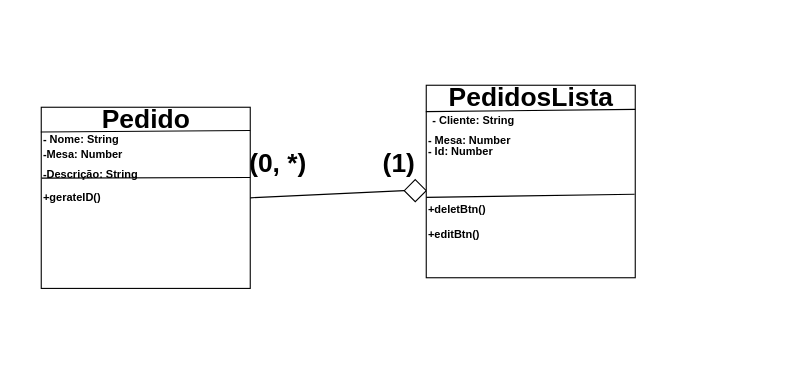
Before: diagram.drawio in GuiLimaSeila/Lista_de_Pedidos, a draw.io diagram. Source tidied: cells renumbered, new cells numbered last; positions are measured from the earlier drawing's top-left corner, leaving out a move shared by most shapes. Both pictures are drawn from the tidied source at 110%, with x=0, y=0 at pixel (19, 19).
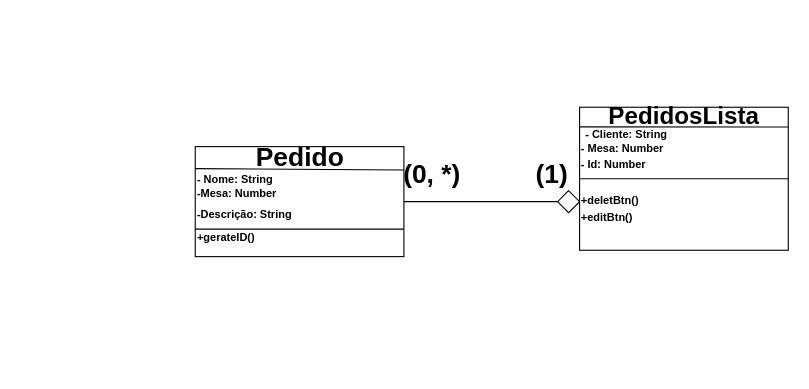
After the change.

What changed in the source:
```diff
@@
     <mxCell id="2" style="group;" parent="1" vertex="1">
-      <mxGeometry width="560" height="320" as="geometry" />
+      <mxGeometry width="699" height="320" as="geometry" />
     </mxCell>
+    <mxCell id="28" style="group;" parent="2" vertex="1">
+      <mxGeometry x="160" y="80" width="539" height="180" as="geometry" />
+    </mxCell>
-    <mxCell id="3" style="group;" parent="2" vertex="1">
-      <mxGeometry x="20" y="80" width="190" height="170" as="geometry" />
+    <mxCell id="3" style="group;" parent="28" vertex="1">
+      <mxGeometry y="10" width="189.7" height="170" as="geometry" />
     </mxCell>
     <mxCell id="4" style="whiteSpace=wrap;html=1;" parent="3" vertex="1">
-      <mxGeometry width="190" height="164.7" as="geometry" />
+      <mxGeometry y="25.8" width="189.7" height="100" as="geometry" />
     </mxCell>
-    <mxCell id="5" style="endArrow=none;html=1;exitX=-0.002;exitY=0.137;exitDx=0;exitDy=0;exitPerimeter=0;" parent="3" edge="1" source="4">
+    <mxCell id="5" style="endArrow=none;html=1;" parent="3" edge="1">
       <mxGeometry relative="1" as="geometry">
-        <mxPoint x="190" y="21.2" as="targetPoint" />
+        <mxPoint y="45.8" as="sourcePoint" />
+        <mxPoint x="189.7" y="47" as="targetPoint" />
       </mxGeometry>
     </mxCell>
     <mxCell id="6" value="Pedido" style="text;strokeColor=none;fillColor=none;html=1;fontSize=24;fontStyle=1;verticalAlign=middle;align=center;" parent="3" vertex="1">
-      <mxGeometry x="45" width="100" height="21.2" as="geometry" />
+      <mxGeometry x="44.9" y="25.8" width="99.8" height="21.2" as="geometry" />
     </mxCell>
     <mxCell id="7" value="- Nome: String" style="text;strokeColor=none;fillColor=none;html=1;fontSize=10;fontStyle=1;verticalAlign=middle;align=left;" parent="3" vertex="1">
-      <mxGeometry y="18.1" width="80" height="21.2" as="geometry" />
+      <mxGeometry y="43.9" width="79.9" height="21.2" as="geometry" />
     </mxCell>
     <mxCell id="8" value="-Mesa: Number" style="text;strokeColor=none;fillColor=none;html=1;fontSize=10;fontStyle=1;verticalAlign=middle;align=left;" parent="3" vertex="1">
-      <mxGeometry y="31.9" width="80" height="21.2" as="geometry" />
+      <mxGeometry y="57.7" width="79.9" height="21.2" as="geometry" />
     </mxCell>
-    <mxCell id="9" style="endArrow=none;html=1;fontSize=10;exitX=0.002;exitY=0.391;exitDx=0;exitDy=0;exitPerimeter=0;" parent="3" edge="1" source="4">
+    <mxCell id="9" style="endArrow=none;html=1;fontSize=10;entryX=1;entryY=0.75;entryDx=0;entryDy=0;startSize=0;endSize=0;" parent="3" edge="1" target="4">
       <mxGeometry relative="1" as="geometry">
-        <mxPoint x="190" y="63.8" as="targetPoint" />
+        <mxPoint y="100.8" as="sourcePoint" />
       </mxGeometry>
     </mxCell>
     <mxCell id="10" value="+gerateID()" style="text;strokeColor=none;fillColor=none;html=1;fontSize=10;fontStyle=1;verticalAlign=middle;align=left;" parent="3" vertex="1">
-      <mxGeometry y="71.7" width="80" height="21.2" as="geometry" />
+      <mxGeometry y="97.5" width="79.9" height="21.2" as="geometry" />
     </mxCell>
     <mxCell id="11" value="-Descrição: String" style="text;strokeColor=none;fillColor=none;html=1;fontSize=10;fontStyle=1;verticalAlign=middle;align=left;" parent="3" vertex="1">
-      <mxGeometry y="50.5" width="80" height="21.2" as="geometry" />
+      <mxGeometry y="76.3" width="79.9" height="21.2" as="geometry" />
     </mxCell>
-    <mxCell id="12" style="endArrow=none;html=1;fontSize=10;exitX=1;exitY=0.5;exitDx=0;exitDy=0;entryX=0;entryY=0.5;entryDx=0;entryDy=0;" parent="2" edge="1" source="4" target="13">
+    <mxCell id="12" style="endArrow=none;html=1;fontSize=10;exitX=1;exitY=0.5;exitDx=0;exitDy=0;entryX=0;entryY=0.5;entryDx=0;entryDy=0;" parent="28" edge="1" source="4" target="13">
       <mxGeometry relative="1" as="geometry" />
     </mxCell>
-    <mxCell id="13" style="rhombus;whiteSpace=wrap;html=1;fontSize=10;" parent="2" vertex="1">
-      <mxGeometry x="350" y="145.8" width="20" height="20" as="geometry" />
+    <mxCell id="13" style="rhombus;whiteSpace=wrap;html=1;fontSize=10;" parent="28" vertex="1">
+      <mxGeometry x="329.4" y="75.8" width="20" height="20" as="geometry" />
     </mxCell>
-    <mxCell id="14" value="(0, *)" style="text;strokeColor=none;fillColor=none;html=1;fontSize=24;fontStyle=1;verticalAlign=middle;align=center;" parent="2" vertex="1">
-      <mxGeometry x="210" y="115.8" width="50" height="30" as="geometry" />
+    <mxCell id="14" value="(0, *)" style="text;strokeColor=none;fillColor=none;html=1;fontSize=24;fontStyle=1;verticalAlign=middle;align=center;" parent="28" vertex="1">
+      <mxGeometry x="189.7" y="45.8" width="49.9" height="30" as="geometry" />
     </mxCell>
-    <mxCell id="15" value="(1)" style="text;strokeColor=none;fillColor=none;html=1;fontSize=24;fontStyle=1;verticalAlign=middle;align=center;" parent="2" vertex="1">
-      <mxGeometry x="320" y="115.8" width="50" height="30" as="geometry" />
+    <mxCell id="15" value="(1)" style="text;strokeColor=none;fillColor=none;html=1;fontSize=24;fontStyle=1;verticalAlign=middle;align=center;" parent="28" vertex="1">
+      <mxGeometry x="299.5" y="45.8" width="49.9" height="30" as="geometry" />
     </mxCell>
-    <mxCell id="16" style="group;" parent="2" vertex="1">
-      <mxGeometry x="370" y="60" width="190" height="175" as="geometry" />
+    <mxCell id="16" style="group;" parent="28" vertex="1">
+      <mxGeometry x="349.4" width="189.7" height="130" as="geometry" />
     </mxCell>
     <mxCell id="17" style="endArrow=none;html=1;fontSize=10;exitX=1;exitY=0.5;exitDx=0;exitDy=0;entryX=0;entryY=0.5;entryDx=0;entryDy=0;startArrow=none;" parent="16" edge="1" source="13">
       <mxGeometry relative="1" as="geometry">
-        <mxPoint y="95.8" as="targetPoint" />
+        <mxPoint y="71.2" as="targetPoint" />
       </mxGeometry>
     </mxCell>
     <mxCell id="18" style="group;" parent="16" vertex="1">
-      <mxGeometry width="190" height="175" as="geometry" />
+      <mxGeometry width="189.7" height="130" as="geometry" />
     </mxCell>
     <mxCell id="19" style="whiteSpace=wrap;html=1;" parent="18" vertex="1">
-      <mxGeometry width="190" height="175" as="geometry" />
+      <mxGeometry width="189.7" height="130" as="geometry" />
     </mxCell>
     <mxCell id="20" style="endArrow=none;html=1;exitX=-0.002;exitY=0.137;exitDx=0;exitDy=0;exitPerimeter=0;" parent="18" edge="1" source="19">
       <mxGeometry relative="1" as="geometry">
-        <mxPoint x="190" y="21.9" as="targetPoint" />
+        <mxPoint x="189.7" y="18" as="targetPoint" />
       </mxGeometry>
     </mxCell>
-    <mxCell id="21" value="PedidosLista" style="text;strokeColor=none;fillColor=none;html=1;fontSize=24;fontStyle=1;verticalAlign=middle;align=center;" parent="18" vertex="1">
-      <mxGeometry x="45" width="100" height="21.9" as="geometry" />
+    <mxCell id="21" value="&lt;font style=&quot;font-size: 22px;&quot;&gt;PedidosLista&lt;/font&gt;" style="text;strokeColor=none;fillColor=none;html=1;fontSize=24;fontStyle=1;verticalAlign=middle;align=center;" parent="18" vertex="1">
+      <mxGeometry x="44.9" width="99.8" height="16.3" as="geometry" />
     </mxCell>
     <mxCell id="22" value="+deletBtn()" style="text;strokeColor=none;fillColor=none;html=1;fontSize=10;fontStyle=1;verticalAlign=middle;align=left;" parent="18" vertex="1">
-      <mxGeometry y="101.9" width="80" height="21.9" as="geometry" />
+      <mxGeometry y="75.7" width="79.9" height="16.3" as="geometry" />
     </mxCell>
     <mxCell id="23" value="+editBtn()" style="text;strokeColor=none;fillColor=none;html=1;fontSize=10;fontStyle=1;verticalAlign=middle;align=left;" parent="18" vertex="1">
-      <mxGeometry y="123.8" width="80" height="21.9" as="geometry" />
+      <mxGeometry y="91.9" width="79.9" height="16.3" as="geometry" />
     </mxCell>
     <mxCell id="24" value="- Cliente: String" style="text;strokeColor=none;fillColor=none;html=1;fontSize=10;fontStyle=1;verticalAlign=middle;align=left;" parent="18" vertex="1">
-      <mxGeometry x="4" y="21.9" width="80" height="20" as="geometry" />
+      <mxGeometry x="4" y="16.3" width="79.9" height="14.9" as="geometry" />
     </mxCell>
     <mxCell id="25" value="- Mesa: Number" style="text;strokeColor=none;fillColor=none;html=1;fontSize=10;fontStyle=1;verticalAlign=middle;align=left;" parent="18" vertex="1">
-      <mxGeometry y="40" width="80" height="20" as="geometry" />
+      <mxGeometry y="29.7" width="79.9" height="14.9" as="geometry" />
     </mxCell>
     <mxCell id="26" value="- Id: Number" style="text;strokeColor=none;fillColor=none;html=1;fontSize=10;fontStyle=1;verticalAlign=middle;align=left;" parent="18" vertex="1">
-      <mxGeometry y="50" width="80" height="20" as="geometry" />
+      <mxGeometry y="44.6" width="79.9" height="14.9" as="geometry" />
     </mxCell>
-    <mxCell id="27" style="endArrow=none;html=1;fontSize=10;exitX=0;exitY=0;exitDx=0;exitDy=0;entryX=0.997;entryY=0.566;entryDx=0;entryDy=0;entryPerimeter=0;" parent="18" edge="1" source="22" target="19">
+    <mxCell id="27" style="endArrow=none;html=1;fontSize=10;exitX=0;exitY=0.5;exitDx=0;exitDy=0;entryX=1;entryY=0.5;entryDx=0;entryDy=0;entryPerimeter=0;" parent="18" edge="1" source="19" target="19">
       <mxGeometry relative="1" as="geometry" />
     </mxCell>
```
